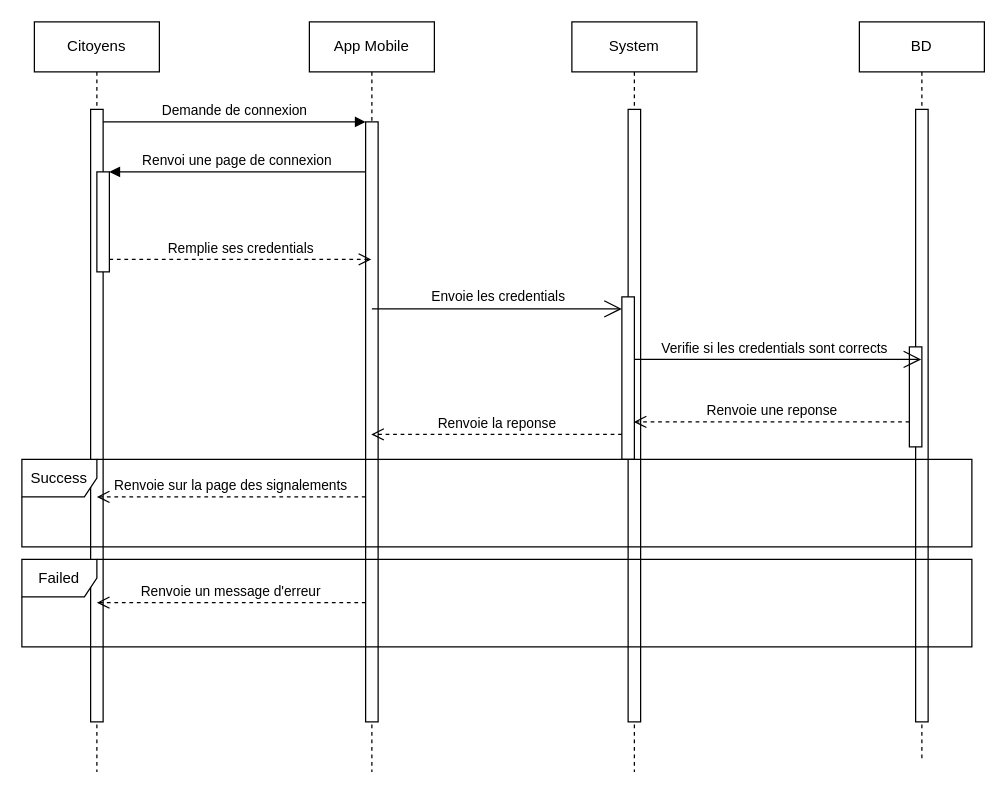
VYoungui/SmartCite keeps this draw.io diagram as diagrams/SmartCite_Diagramme_sequence.drawio. Above is the earlier version. Source tidied: cells renumbered, new cells numbered last; positions are measured from the earlier drawing's top-left corner, leaving out a move shared by most shapes. Both pictures are drawn from the tidied source at 125%, with x=0, y=0 at pixel (21, 21).
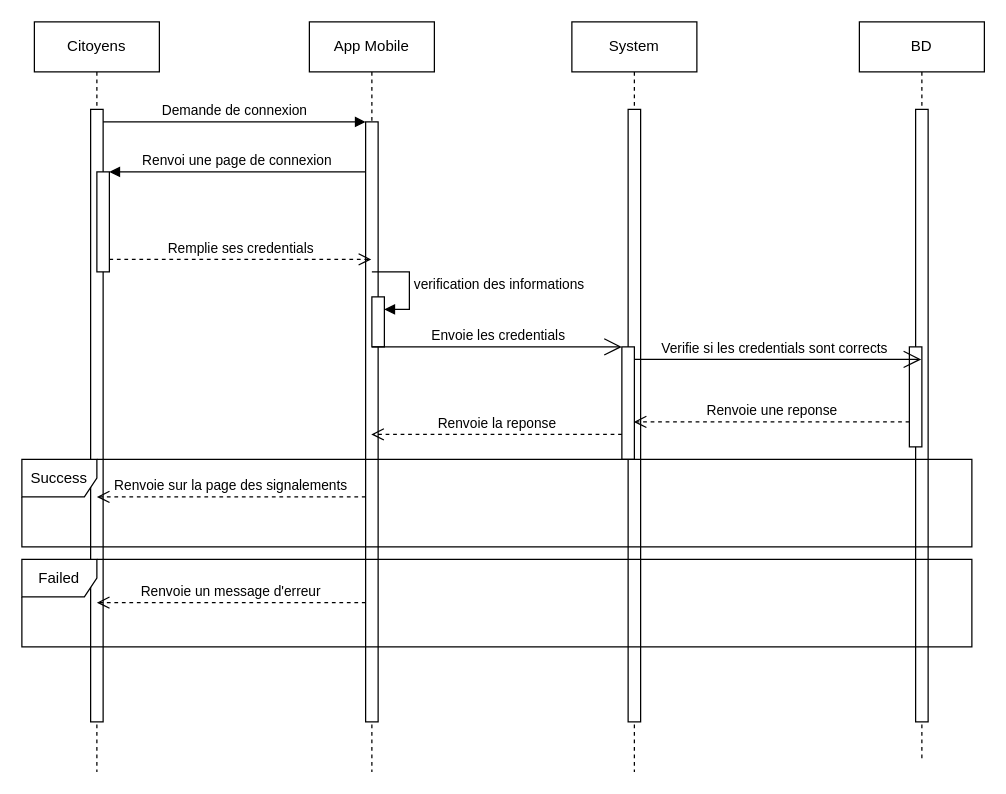
Above is the later version.

Commit message:
Mettre à jour SmartCite_Diagramme_sequence.drawio

Unchanged cells that the change refers to:
```xml
<mxCell id="5" value="App Mobile" style="shape=umlLifeline;perimeter=lifelinePerimeter;whiteSpace=wrap;html=1;outlineConnect=0;portConstraint=eastwest;newEdgeStyle={&quot;edgeStyle&quot;:&quot;elbowEdgeStyle&quot;,&quot;elbow&quot;:&quot;vertical&quot;,&quot;curved&quot;:0,&quot;rounded&quot;:0};" parent="1" vertex="1">
  <mxGeometry x="230" width="100" height="600" as="geometry" />
</mxCell>
<mxCell id="9" value="System" style="shape=umlLifeline;perimeter=lifelinePerimeter;whiteSpace=wrap;html=1;outlineConnect=0;portConstraint=eastwest;newEdgeStyle={&quot;edgeStyle&quot;:&quot;elbowEdgeStyle&quot;,&quot;elbow&quot;:&quot;vertical&quot;,&quot;curved&quot;:0,&quot;rounded&quot;:0};" parent="1" vertex="1">
  <mxGeometry x="440" width="100" height="600" as="geometry" />
</mxCell>
```

Diff of the diagram source:
```diff
@@
+    <mxCell id="26" style="html=1;points=[[0,0,0,0,5],[0,1,0,0,-5],[1,0,0,0,5],[1,1,0,0,-5]];perimeter=orthogonalPerimeter;outlineConnect=0;targetShapes=umlLifeline;portConstraint=eastwest;newEdgeStyle={&quot;curved&quot;:0,&quot;rounded&quot;:0};" parent="5" vertex="1">
+      <mxGeometry x="50" y="220" width="10" height="40" as="geometry" />
+    </mxCell>
+    <mxCell id="27" value="verification des informations" style="html=1;align=left;spacingLeft=2;endArrow=block;rounded=0;edgeStyle=orthogonalEdgeStyle;curved=0;rounded=0;" parent="5" edge="1" target="26">
+      <mxGeometry relative="1" as="geometry">
+        <mxPoint x="50" y="200" as="sourcePoint" />
+        <Array as="points">
+          <mxPoint x="80" y="230" />
+        </Array>
+      </mxGeometry>
+    </mxCell>
@@
     <mxCell id="11" style="html=1;points=[[0,0,0,0,5],[0,1,0,0,-5],[1,0,0,0,5],[1,1,0,0,-5]];perimeter=orthogonalPerimeter;outlineConnect=0;targetShapes=umlLifeline;portConstraint=eastwest;newEdgeStyle={&quot;curved&quot;:0,&quot;rounded&quot;:0};" parent="9" vertex="1">
-      <mxGeometry x="40" y="220" width="10" height="130" as="geometry" />
+      <mxGeometry x="40" y="260" width="10" height="90" as="geometry" />
     </mxCell>
@@
-    <mxCell id="18" style="endArrow=open;endFill=1;endSize=12;html=1;rounded=0;" parent="1" edge="1" target="11">
+    <mxCell id="18" style="endArrow=open;endFill=1;endSize=12;html=1;rounded=0;" parent="1" edge="1">
       <mxGeometry relative="1" as="geometry">
-        <mxPoint x="280" y="229.6" as="sourcePoint" />
+        <mxPoint x="280" y="260" as="sourcePoint" />
+        <mxPoint x="480" y="260" as="targetPoint" />
       </mxGeometry>
     </mxCell>
```
